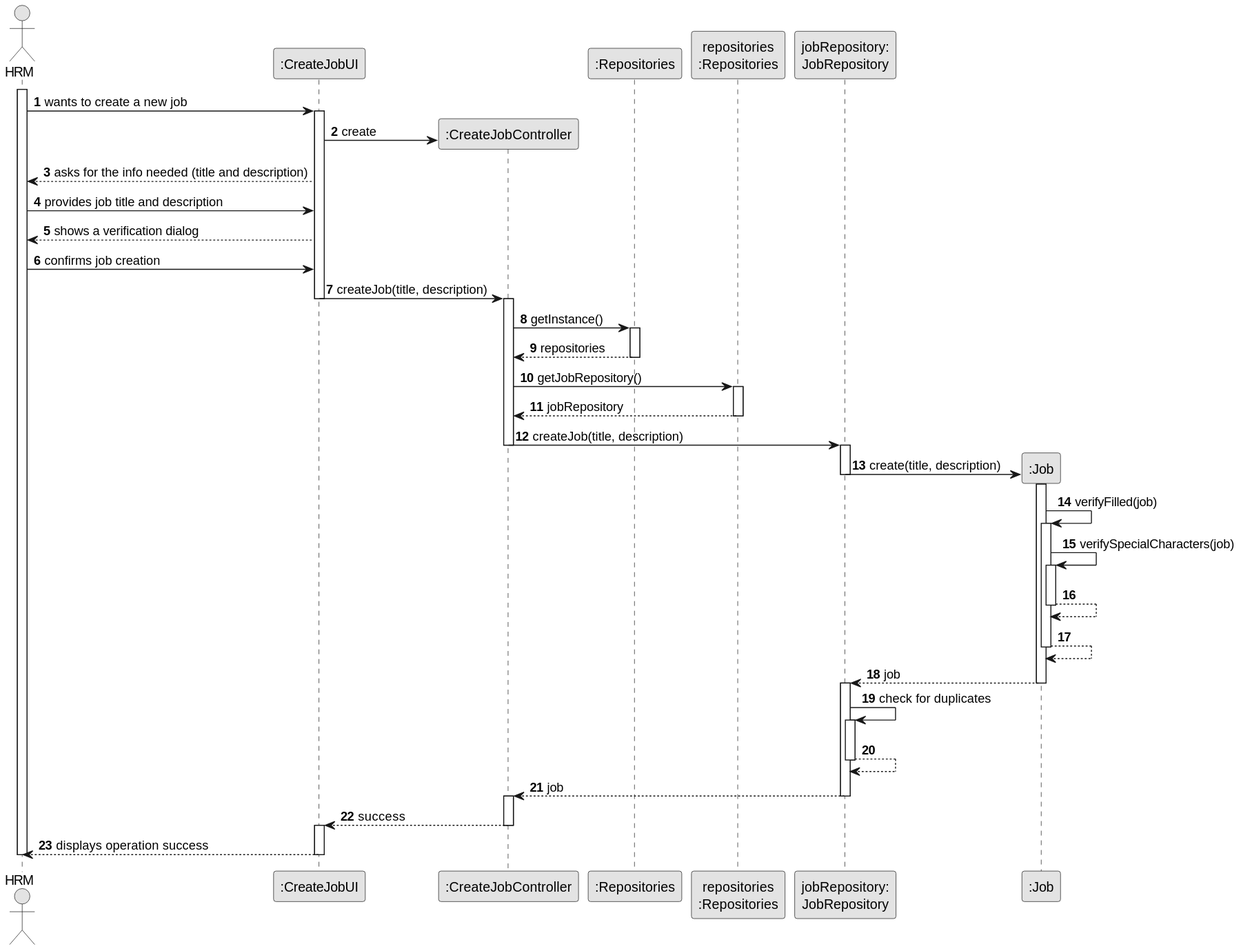
Earlier version of the PlantUML export docs/sprintB/us002/03.design/svg/us002-sequence-diagram-full.svg (ricardomm7/leaflink). The source it was exported from:
```plantuml
@startuml
skinparam monochrome true
skinparam packageStyle rectangle
skinparam shadowing false

autonumber

actor "HRM" as Employee
participant ":CreateJobUI" as UI
participant ":CreateJobController" as CTRL
participant ":Repositories" as GlobRepo
participant "repositories\n:Repositories" as PLAT
participant "jobRepository:\nJobRepository" as jobRepository
participant ":Job" as Job

activate Employee

Employee -> UI : wants to create a new job
activate UI

UI -> CTRL** : create

UI --> Employee : asks for the info needed (title and description)

Employee -> UI : provides job title and description

UI --> Employee : shows a verification dialog

Employee -> UI : confirms job creation

UI -> CTRL : createJob(title, description)
deactivate UI
activate CTRL
CTRL -> GlobRepo : getInstance()
activate GlobRepo
GlobRepo --> CTRL : repositories
deactivate GlobRepo

CTRL -> PLAT : getJobRepository()
activate PLAT
PLAT -->  CTRL: jobRepository
deactivate PLAT

CTRL -> jobRepository : createJob(title, description)
deactivate CTRL
activate jobRepository

    jobRepository -> Job** : create(title, description)
    deactivate jobRepository

        activate Job

    Job -> Job : verifyFilled(job)
        activate Job
        Job -> Job : verifySpecialCharacters(job)
        activate Job
        Job --> Job
        deactivate Job
    Job --> Job
    deactivate Job
    Job --> jobRepository : job
    deactivate Job
    activate jobRepository

    jobRepository -> jobRepository : check for duplicates
    activate jobRepository
    jobRepository --> jobRepository
    deactivate jobRepository
    deactivate Job
jobRepository --> CTRL : job
deactivate jobRepository
activate CTRL
deactivate jobRepository

CTRL --> UI : success
deactivate CTRL
activate UI
UI --> Employee : displays operation success

deactivate UI
deactivate Employee
@enduml
```
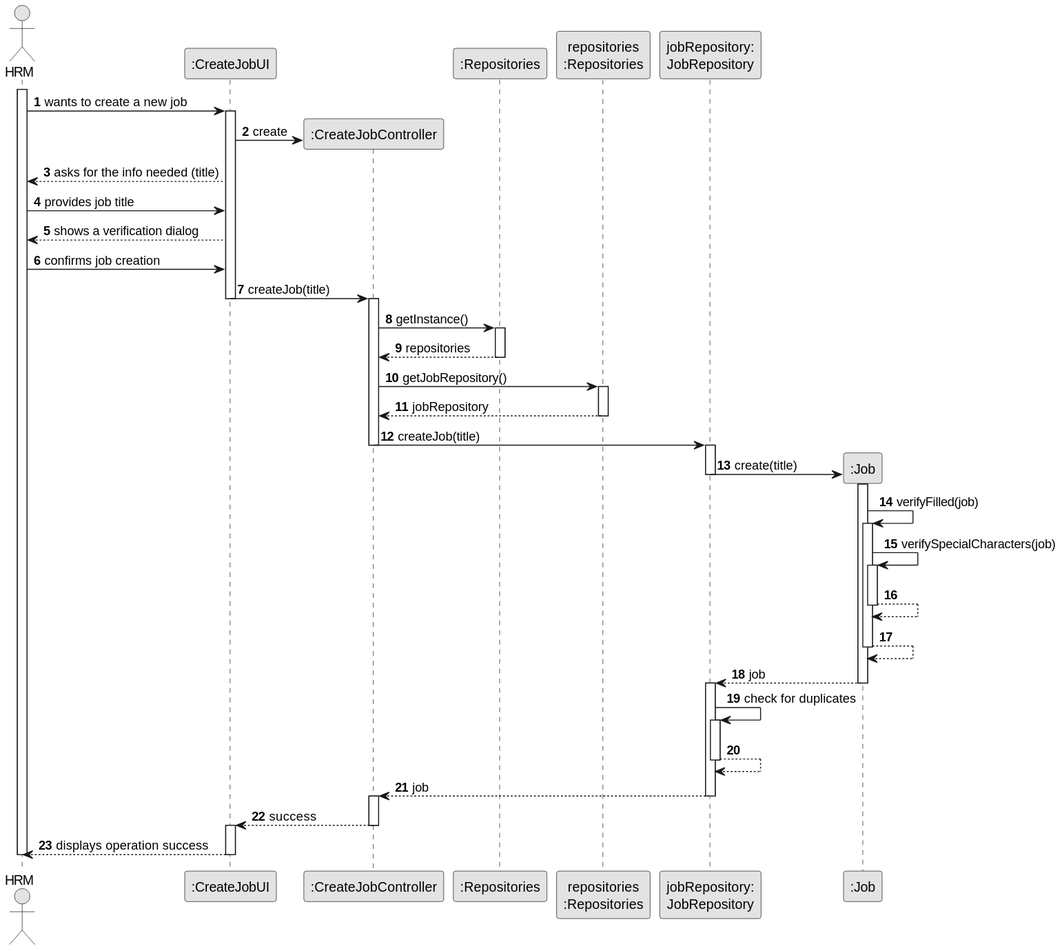
Above is the later version.

What changed in the source:
```diff
@@ -20,15 +20,15 @@
 
 UI -> CTRL** : create
 
-UI --> Employee : asks for the info needed (title and description)
+UI --> Employee : asks for the info needed (title)
 
-Employee -> UI : provides job title and description
+Employee -> UI : provides job title
 
 UI --> Employee : shows a verification dialog
 
 Employee -> UI : confirms job creation
 
-UI -> CTRL : createJob(title, description)
+UI -> CTRL : createJob(title)
 deactivate UI
 activate CTRL
 CTRL -> GlobRepo : getInstance()
@@ -41,11 +41,11 @@
 PLAT -->  CTRL: jobRepository
 deactivate PLAT
 
-CTRL -> jobRepository : createJob(title, description)
+CTRL -> jobRepository : createJob(title)
 deactivate CTRL
 activate jobRepository
 
-    jobRepository -> Job** : create(title, description)
+    jobRepository -> Job** : create(title)
     deactivate jobRepository
 
         activate Job
```
